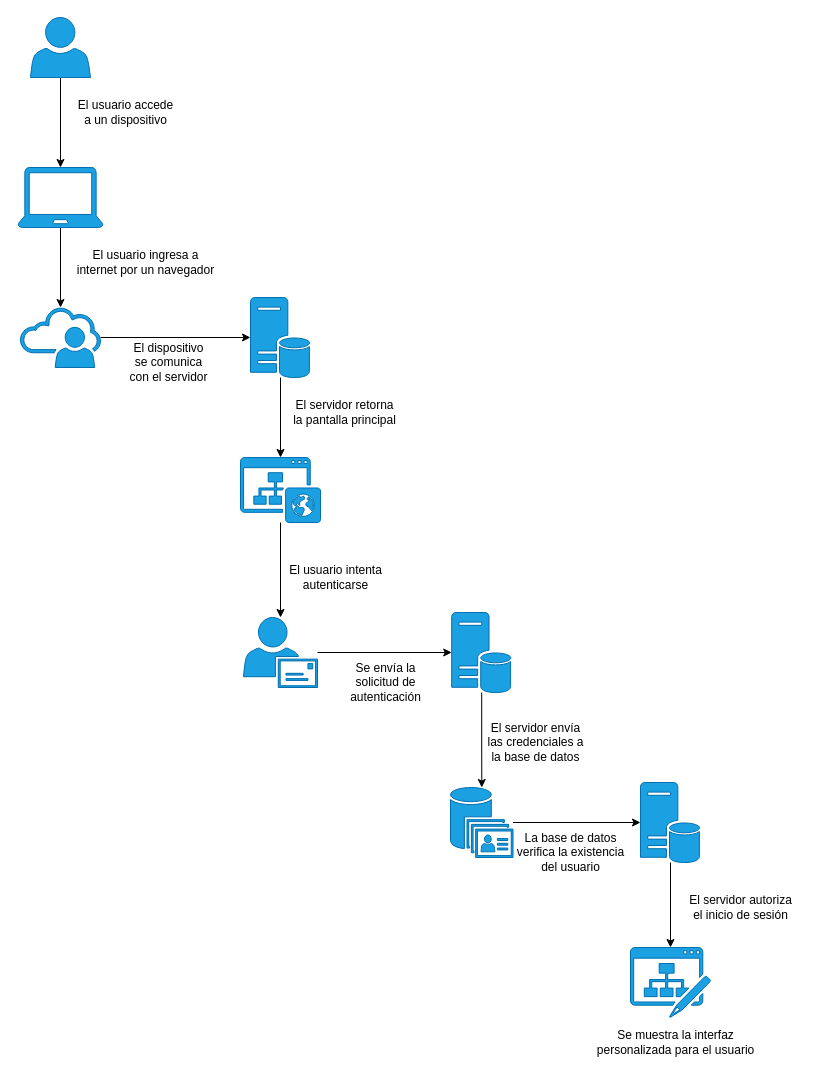
Before: diagrams/C0.2_TipodeSistemadeInformación_BañuelosMendezJordi.drawio in BanuelosMendezJordi/Analisis_Avanzado_17212330, a draw.io diagram. Source tidied: cells renumbered, new cells numbered last; positions are measured from the earlier drawing's top-left corner, leaving out a move shared by most shapes. Both pictures are drawn from the tidied source at 100%, with x=0, y=0 at pixel (18, 17).
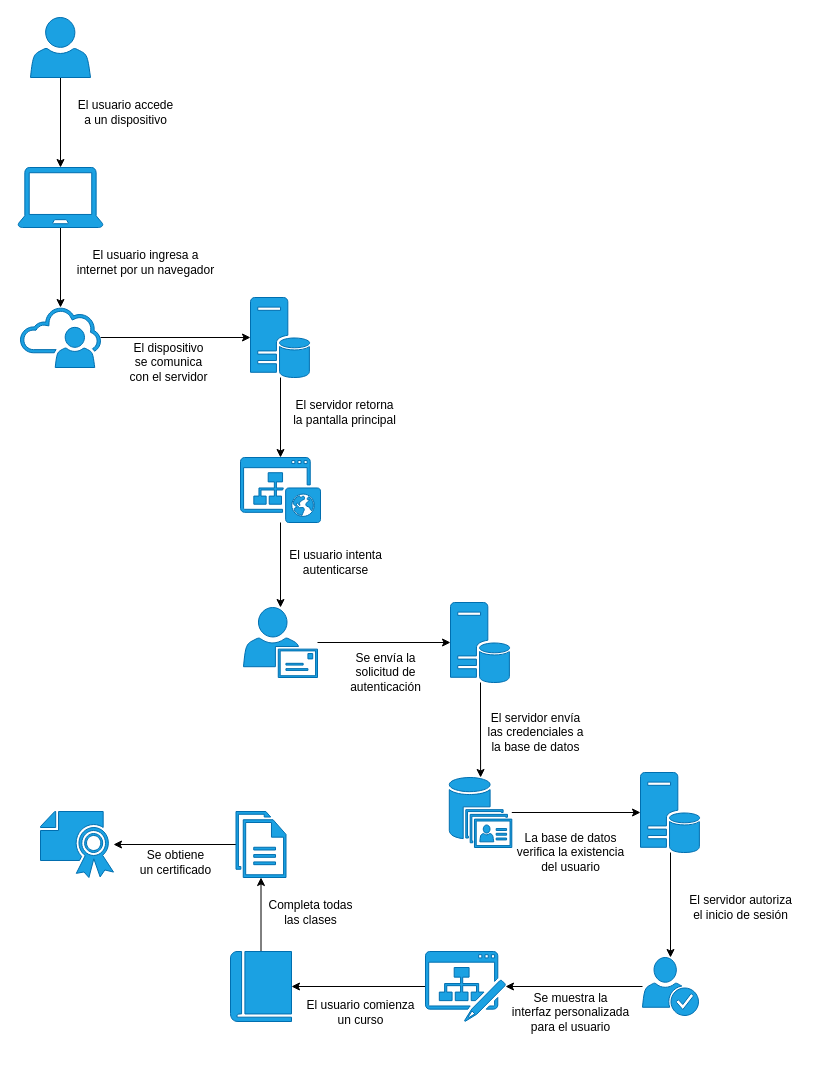
Above is the later version.

What changed in the source:
```diff
@@
     <mxCell id="13" style="shadow=0;dashed=0;html=1;strokeColor=#006EAF;fillColor=#1ba1e2;labelPosition=center;verticalLabelPosition=bottom;verticalAlign=top;outlineConnect=0;align=center;shape=mxgraph.office.users.mail_user;fontColor=#ffffff;" parent="1" vertex="1">
-      <mxGeometry x="225" y="600" width="74" height="70" as="geometry" />
+      <mxGeometry x="225" y="590" width="74" height="70" as="geometry" />
     </mxCell>
@@
     <mxCell id="15" style="shadow=0;dashed=0;html=1;strokeColor=#006EAF;fillColor=#1ba1e2;labelPosition=center;verticalLabelPosition=bottom;verticalAlign=top;outlineConnect=0;align=center;shape=mxgraph.office.servers.database_server;fontColor=#ffffff;" parent="1" vertex="1">
-      <mxGeometry x="433.2" y="595" width="60" height="80" as="geometry" />
+      <mxGeometry x="432" y="585" width="60" height="80" as="geometry" />
     </mxCell>
@@
     <mxCell id="17" style="shadow=0;dashed=0;html=1;strokeColor=#006EAF;fillColor=#1ba1e2;labelPosition=center;verticalLabelPosition=bottom;verticalAlign=top;outlineConnect=0;align=center;shape=mxgraph.office.databases.unified_contact_store;fontColor=#ffffff;" parent="1" vertex="1">
-      <mxGeometry x="432" y="770" width="62.5" height="70" as="geometry" />
+      <mxGeometry x="430.8" y="760" width="62.5" height="70" as="geometry" />
     </mxCell>
+    <mxCell id="31" style="edgeStyle=orthogonalEdgeStyle;rounded=0;jettySize=auto;html=1;" parent="1" edge="1" source="18" target="37">
+      <mxGeometry relative="1" as="geometry" />
+    </mxCell>
     <mxCell id="18" style="shadow=0;dashed=0;html=1;strokeColor=#006EAF;fillColor=#1ba1e2;labelPosition=center;verticalLabelPosition=bottom;verticalAlign=top;outlineConnect=0;align=center;shape=mxgraph.office.sites.blog_site;fontColor=#ffffff;" parent="1" vertex="1">
-      <mxGeometry x="612" y="930" width="80" height="70" as="geometry" />
+      <mxGeometry x="407" y="934" width="80" height="70" as="geometry" />
     </mxCell>
@@
     <mxCell id="23" value="El usuario intenta&lt;br&gt;autenticarse" style="text;html=1;align=center;verticalAlign=middle;" parent="1" vertex="1">
-      <mxGeometry x="262" y="545" width="110" height="30" as="geometry" />
+      <mxGeometry x="262" y="530" width="110" height="30" as="geometry" />
     </mxCell>
     <mxCell id="24" value="Se envía la&lt;br&gt;solicitud de&lt;br&gt;autenticación" style="text;html=1;align=center;verticalAlign=middle;" parent="1" vertex="1">
-      <mxGeometry x="322" y="640" width="90" height="50" as="geometry" />
+      <mxGeometry x="322" y="630" width="90" height="50" as="geometry" />
     </mxCell>
     <mxCell id="25" value="El servidor envía&lt;br&gt;las credenciales a&lt;br&gt;la base de datos" style="text;html=1;align=center;verticalAlign=middle;" parent="1" vertex="1">
-      <mxGeometry x="462" y="700" width="110" height="50" as="geometry" />
+      <mxGeometry x="462" y="690" width="110" height="50" as="geometry" />
     </mxCell>
@@
-    <mxCell id="27" style="edgeStyle=orthogonalEdgeStyle;rounded=0;jettySize=auto;html=1;" parent="1" edge="1" source="28" target="18">
-      <mxGeometry relative="1" as="geometry" />
-    </mxCell>
+    <mxCell id="32" style="edgeStyle=orthogonalEdgeStyle;rounded=0;jettySize=auto;html=1;" parent="1" edge="1" source="28" target="34">
+      <mxGeometry relative="1" as="geometry" />
+    </mxCell>
     <mxCell id="28" style="shadow=0;dashed=0;html=1;strokeColor=#006EAF;fillColor=#1ba1e2;labelPosition=center;verticalLabelPosition=bottom;verticalAlign=top;outlineConnect=0;align=center;shape=mxgraph.office.servers.database_server;fontColor=#ffffff;" parent="1" vertex="1">
-      <mxGeometry x="622" y="765" width="60" height="80" as="geometry" />
+      <mxGeometry x="622" y="755" width="60" height="80" as="geometry" />
     </mxCell>
@@
-    <mxCell id="30" value="Se muestra la interfaz&lt;br&gt;personalizada para el usuario" style="text;html=1;align=center;verticalAlign=middle;" parent="1" vertex="1">
-      <mxGeometry x="572" y="1010" width="170" height="30" as="geometry" />
+    <mxCell id="30" value="Se muestra la&lt;br&gt;interfaz personalizada&lt;br&gt;para el usuario" style="text;html=1;align=center;verticalAlign=middle;" parent="1" vertex="1">
+      <mxGeometry x="487" y="970" width="130" height="50" as="geometry" />
     </mxCell>
+    <mxCell id="33" style="edgeStyle=orthogonalEdgeStyle;rounded=0;jettySize=auto;html=1;" parent="1" edge="1" source="34" target="18">
+      <mxGeometry relative="1" as="geometry" />
+    </mxCell>
+    <mxCell id="34" style="shadow=0;dashed=0;html=1;strokeColor=#006EAF;fillColor=#1ba1e2;labelPosition=center;verticalLabelPosition=bottom;verticalAlign=top;outlineConnect=0;align=center;shape=mxgraph.office.users.credentials;fontColor=#ffffff;" parent="1" vertex="1">
+      <mxGeometry x="624" y="940" width="56" height="58" as="geometry" />
+    </mxCell>
+    <mxCell id="35" style="shadow=0;dashed=0;html=1;strokeColor=#006EAF;fillColor=#1ba1e2;labelPosition=center;verticalLabelPosition=bottom;verticalAlign=top;outlineConnect=0;align=center;shape=mxgraph.office.security.certificate;fontColor=#ffffff;" parent="1" vertex="1">
+      <mxGeometry x="22" y="794" width="73" height="66" as="geometry" />
+    </mxCell>
+    <mxCell id="36" style="edgeStyle=orthogonalEdgeStyle;rounded=0;jettySize=auto;html=1;" parent="1" edge="1" source="37" target="40">
+      <mxGeometry relative="1" as="geometry" />
+    </mxCell>
+    <mxCell id="37" style="shadow=0;dashed=0;html=1;strokeColor=#006EAF;fillColor=#1ba1e2;labelPosition=center;verticalLabelPosition=bottom;verticalAlign=top;outlineConnect=0;align=center;shape=mxgraph.office.concepts.book_journal;fontColor=#ffffff;" parent="1" vertex="1">
+      <mxGeometry x="212" y="934" width="61" height="70" as="geometry" />
+    </mxCell>
+    <mxCell id="38" value="El usuario comienza&lt;br&gt;un curso" style="text;html=1;align=center;verticalAlign=middle;" parent="1" vertex="1">
+      <mxGeometry x="282" y="980" width="120" height="30" as="geometry" />
+    </mxCell>
+    <mxCell id="39" style="edgeStyle=orthogonalEdgeStyle;rounded=0;jettySize=auto;html=1;" parent="1" edge="1" source="40" target="35">
+      <mxGeometry relative="1" as="geometry" />
+    </mxCell>
+    <mxCell id="40" style="shadow=0;dashed=0;html=1;strokeColor=#006EAF;fillColor=#1ba1e2;labelPosition=center;verticalLabelPosition=bottom;verticalAlign=top;outlineConnect=0;align=center;shape=mxgraph.office.concepts.documents;fontColor=#ffffff;" parent="1" vertex="1">
+      <mxGeometry x="217.5" y="794" width="50" height="66" as="geometry" />
+    </mxCell>
+    <mxCell id="41" value="Completa todas&lt;br&gt;las clases" style="text;html=1;align=center;verticalAlign=middle;" parent="1" vertex="1">
+      <mxGeometry x="242" y="880" width="100" height="30" as="geometry" />
+    </mxCell>
+    <mxCell id="42" value="Se obtiene&lt;br&gt;un certificado" style="text;html=1;align=center;verticalAlign=middle;" parent="1" vertex="1">
+      <mxGeometry x="112" y="830" width="90" height="30" as="geometry" />
+    </mxCell>
```
